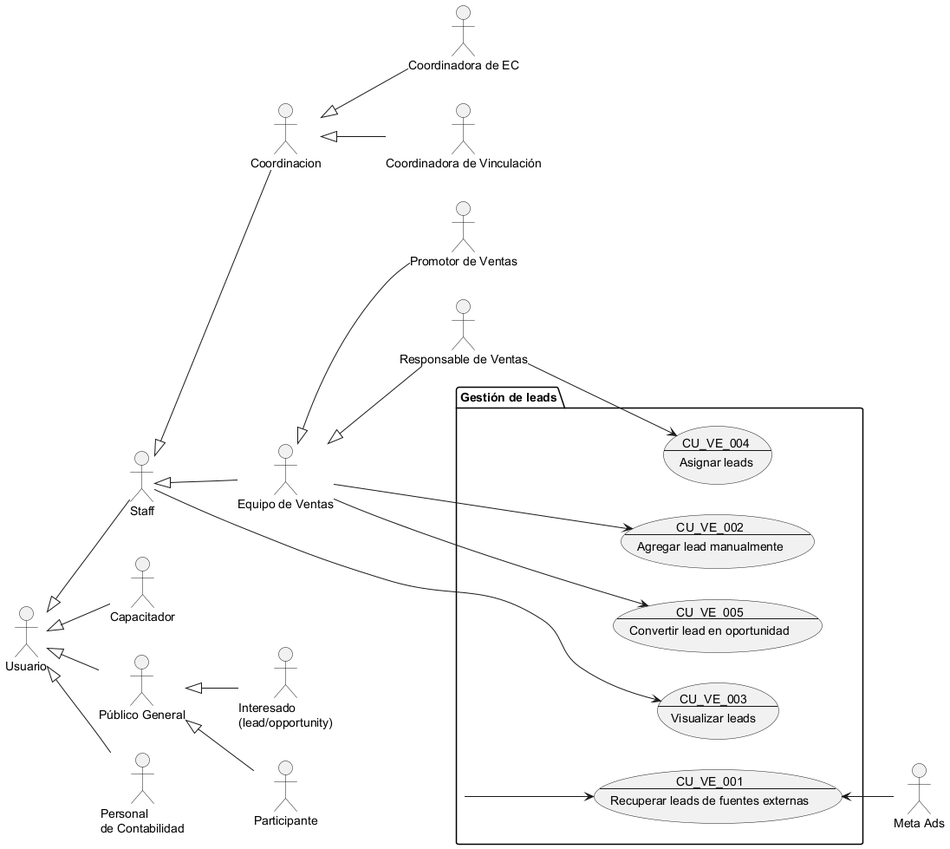
Above: Docs/Requerimientos/Diagramas/img/Gestión de Leads.png in Proyectos-Vinculacion-FMAT/ECFCA (PlantUML), before the change.
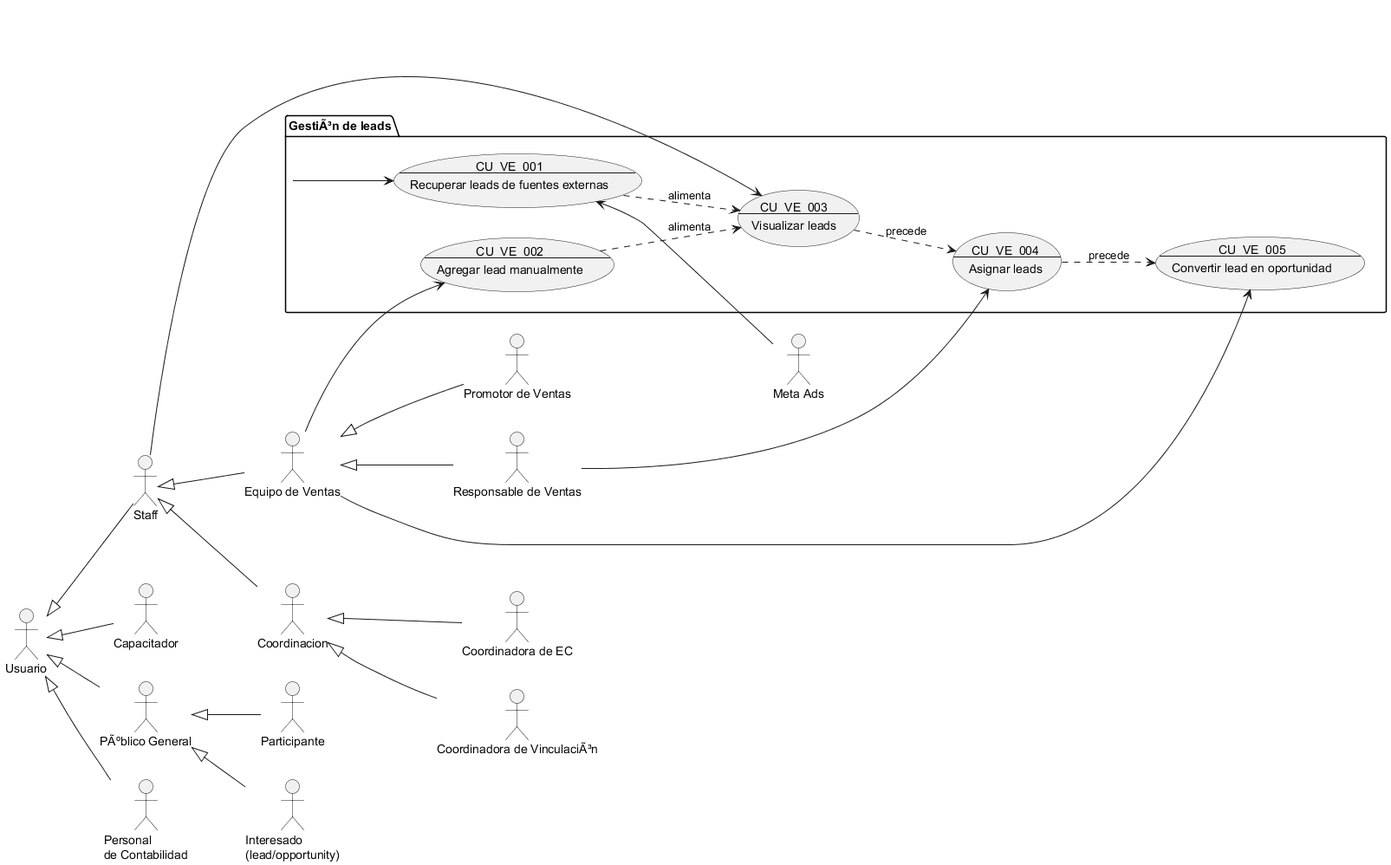
After the commit.

The edit, as a diff of the source:
```diff
@@ -1,8 +1,8 @@
-@startuml Gestión de Leads
+@startuml GestiÃ³n de Leads
 
 !include Actores.puml
 
-package "Gestión de leads" as gestion_leads {
+package "GestiÃ³n de leads" as gestion_leads {
     usecase CU_VE_001 as "
     CU_VE_001
     ---
@@ -11,6 +11,7 @@
     CU_VE_002
     ---
     Agregar lead manualmente"
+
     usecase CU_VE_003 as "
     CU_VE_003
     ---
@@ -19,6 +20,7 @@
     CU_VE_004
     ---
     Asignar leads"
+
     usecase CU_VE_005 as "
     CU_VE_005
     ---
@@ -27,9 +29,16 @@
 
 gestion_leads --> CU_VE_001
 CU_VE_001  <--  MetaAds
+
+equipo_ventas --> CU_VE_002
 Staff --> CU_VE_003
-equipo_ventas --> CU_VE_002
-equipo_ventas --> CU_VE_005
 responsable_ventas --> CU_VE_004
 
+equipo_ventas --> CU_VE_005
+
+CU_VE_001 ..> CU_VE_003 : alimenta
+CU_VE_002 ..> CU_VE_003 : alimenta
+CU_VE_003 ..> CU_VE_004 : precede
+CU_VE_004 ..> CU_VE_005 : precede
+
 @enduml
```
